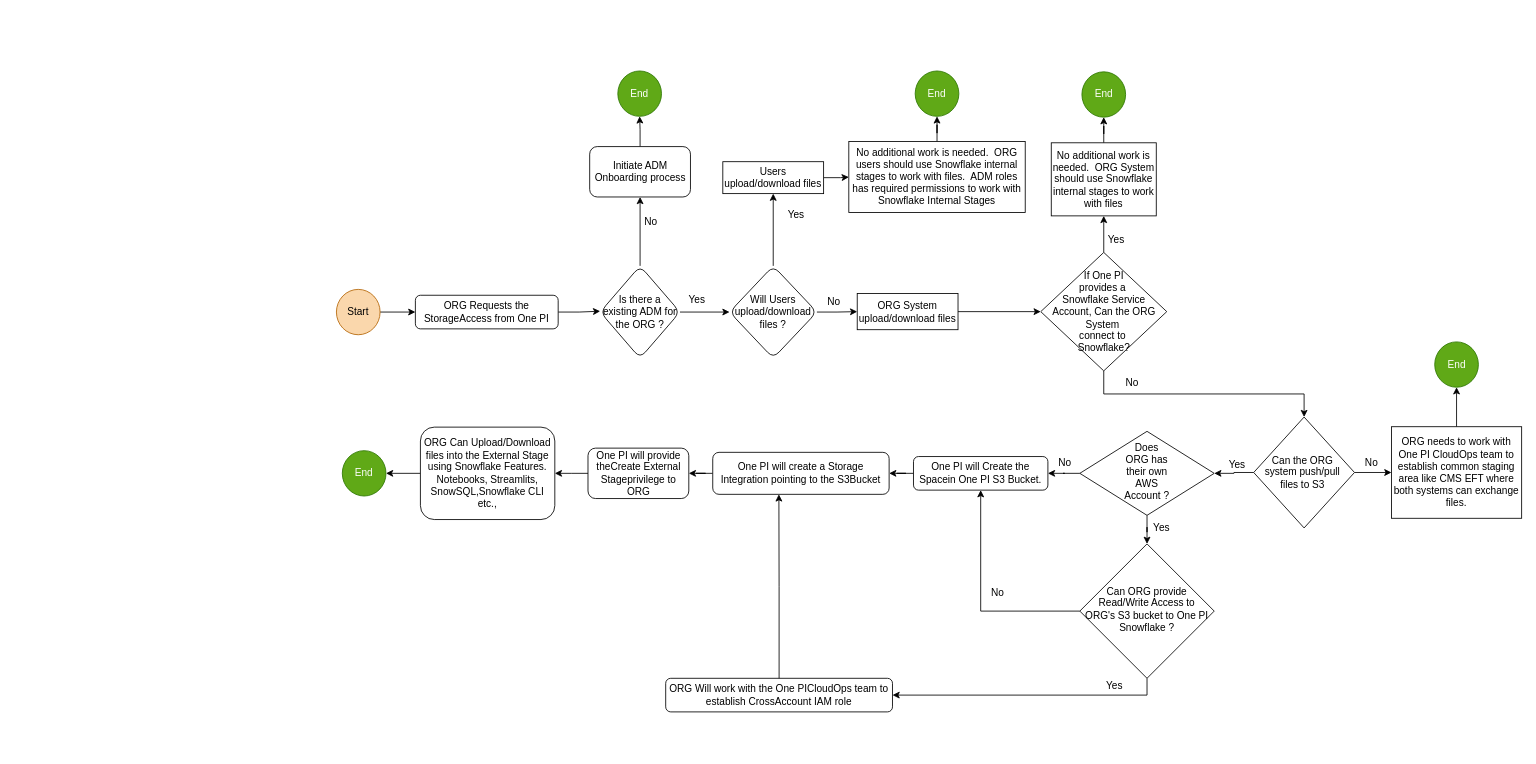
Above: Untitled Diagram.drawio in mail2tvskc/abc (draw.io), before the change. Source tidied: cells renumbered, new cells numbered last; positions are measured from the earlier drawing's top-left corner, leaving out a move shared by most shapes. Both pictures are drawn from the tidied source at 84%, with x=0, y=0 at pixel (336, 71).
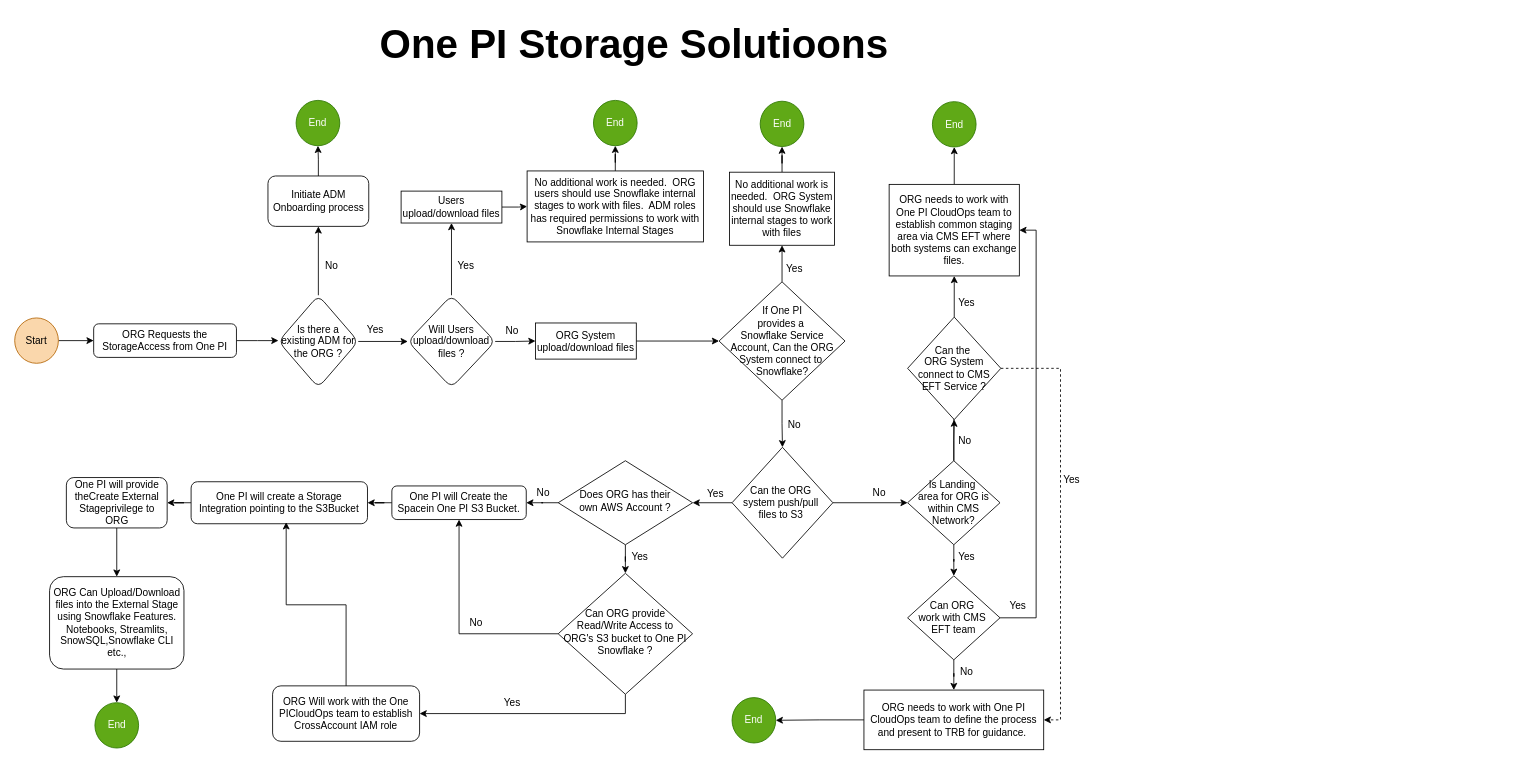
Above is the later version.

Diff of the diagram source:
```diff
@@
     <mxCell id="2" style="edgeStyle=orthogonalEdgeStyle;rounded=0;jettySize=auto;html=1;" parent="1" edge="1" source="3">
       <mxGeometry relative="1" as="geometry">
-        <mxPoint x="314" y="286" as="targetPoint" />
+        <mxPoint x="-69" y="321" as="targetPoint" />
       </mxGeometry>
     </mxCell>
     <mxCell id="3" value="ORG Requests the StorageAccess from One PI" style="rounded=1;whiteSpace=wrap;html=1;fontSize=12;glass=0;strokeWidth=1;shadow=0;" parent="1" vertex="1">
-      <mxGeometry x="94" y="267" width="170" height="40" as="geometry" />
+      <mxGeometry x="-289" y="301" width="170" height="40" as="geometry" />
     </mxCell>
@@
-    <mxCell id="6" value="&lt;div&gt;Does&lt;/div&gt;&lt;div&gt;ORG has&lt;/div&gt;&lt;div&gt;their own&lt;/div&gt;&lt;div&gt;AWS&lt;/div&gt;&lt;div&gt;Account ?&lt;/div&gt;" style="rhombus;whiteSpace=wrap;html=1;shadow=0;fontFamily=Helvetica;fontSize=12;align=center;strokeWidth=1;spacing=6;spacingTop=-4;" parent="1" vertex="1">
-      <mxGeometry x="885" y="429" width="160" height="100" as="geometry" />
+    <mxCell id="6" value="&lt;div&gt;Does&amp;nbsp;&lt;span style=&quot;background-color: transparent; color: light-dark(rgb(0, 0, 0), rgb(255, 255, 255));&quot;&gt;ORG has&amp;nbsp;&lt;/span&gt;&lt;span style=&quot;background-color: transparent; color: light-dark(rgb(0, 0, 0), rgb(255, 255, 255));&quot;&gt;their own&amp;nbsp;&lt;/span&gt;&lt;span style=&quot;background-color: transparent; color: light-dark(rgb(0, 0, 0), rgb(255, 255, 255));&quot;&gt;AWS&amp;nbsp;&lt;/span&gt;&lt;span style=&quot;background-color: transparent; color: light-dark(rgb(0, 0, 0), rgb(255, 255, 255));&quot;&gt;Account ?&lt;/span&gt;&lt;/div&gt;" style="rhombus;whiteSpace=wrap;html=1;shadow=0;fontFamily=Helvetica;fontSize=12;align=center;strokeWidth=1;spacing=6;spacingTop=-4;" parent="1" vertex="1">
+      <mxGeometry x="264" y="464" width="160" height="100" as="geometry" />
     </mxCell>
@@
     <mxCell id="8" value="One PI will Create the Spacein One PI S3 Bucket." style="rounded=1;whiteSpace=wrap;html=1;fontSize=12;glass=0;strokeWidth=1;shadow=0;" parent="1" vertex="1">
-      <mxGeometry x="687" y="459" width="160" height="40" as="geometry" />
+      <mxGeometry x="66" y="494" width="160" height="40" as="geometry" />
     </mxCell>
@@
     <mxCell id="10" style="edgeStyle=orthogonalEdgeStyle;rounded=0;jettySize=auto;html=1;entryX=1;entryY=0.5;entryDx=0;entryDy=0;" parent="1" edge="1" source="11" target="12">
       <mxGeometry relative="1" as="geometry">
         <Array as="points">
-          <mxPoint x="965" y="743" />
+          <mxPoint x="344" y="765" />
         </Array>
       </mxGeometry>
     </mxCell>
     <mxCell id="11" value="Can ORG provide Read/Write Access to ORG's S3 bucket to One PI Snowflake ?" style="rhombus;whiteSpace=wrap;html=1;shadow=0;fontFamily=Helvetica;fontSize=12;align=center;strokeWidth=1;spacing=6;spacingTop=-4;" parent="1" vertex="1">
-      <mxGeometry x="885" y="563" width="160" height="160" as="geometry" />
+      <mxGeometry x="264" y="598" width="160" height="144" as="geometry" />
     </mxCell>
     <mxCell id="12" value="ORG Will work with the One PICloudOps team to establish CrossAccount IAM role" style="rounded=1;whiteSpace=wrap;html=1;fontSize=12;glass=0;strokeWidth=1;shadow=0;" parent="1" vertex="1">
-      <mxGeometry x="392" y="723" width="270" height="40" as="geometry" />
+      <mxGeometry x="-76" y="732" width="175" height="66" as="geometry" />
     </mxCell>
@@
     <mxCell id="14" value="One PI will create a Storage Integration pointing to the S3Bucket" style="whiteSpace=wrap;html=1;rounded=1;glass=0;strokeWidth=1;shadow=0;" parent="1" vertex="1">
-      <mxGeometry x="448" y="454" width="210" height="50" as="geometry" />
+      <mxGeometry x="-173" y="489" width="210" height="50" as="geometry" />
     </mxCell>
@@
     <mxCell id="16" value="One PI will provide theCreate External Stageprivilege to ORG" style="whiteSpace=wrap;html=1;rounded=1;glass=0;strokeWidth=1;shadow=0;" parent="1" vertex="1">
-      <mxGeometry x="299.5" y="449" width="120" height="60" as="geometry" />
+      <mxGeometry x="-321.5" y="484" width="120" height="60" as="geometry" />
     </mxCell>
@@
     <mxCell id="18" value="ORG Can Upload/Download files into the External Stage using Snowflake Features. Notebooks, Streamlits, SnowSQL,Snowflake CLI etc.," style="whiteSpace=wrap;html=1;rounded=1;glass=0;strokeWidth=1;shadow=0;" parent="1" vertex="1">
-      <mxGeometry x="100" y="424" width="160" height="110" as="geometry" />
+      <mxGeometry x="-341.5" y="602" width="160" height="110" as="geometry" />
     </mxCell>
-    <mxCell id="19" style="edgeStyle=orthogonalEdgeStyle;rounded=0;jettySize=auto;html=1;entryX=0.375;entryY=1;entryDx=0;entryDy=0;entryPerimeter=0;" parent="1" edge="1" source="12" target="14">
+    <mxCell id="19" style="edgeStyle=orthogonalEdgeStyle;rounded=0;jettySize=auto;html=1;entryX=0.539;entryY=0.964;entryDx=0;entryDy=0;entryPerimeter=0;" parent="1" edge="1" source="12" target="14">
       <mxGeometry relative="1" as="geometry" />
     </mxCell>
@@
     <mxCell id="21" value="Users upload/download files" style="whiteSpace=wrap;html=1;" parent="1" vertex="1">
-      <mxGeometry x="460" y="108" width="120" height="38" as="geometry" />
+      <mxGeometry x="77" y="143" width="120" height="38" as="geometry" />
     </mxCell>
@@
-    <mxCell id="24" value="&amp;nbsp;If One PI&amp;nbsp;&lt;div&gt;provides a&amp;nbsp;&lt;/div&gt;&lt;div&gt;Snowflake Service Account, Can the ORG System&amp;nbsp;&lt;/div&gt;&lt;div&gt;connect to&amp;nbsp;&lt;/div&gt;&lt;div&gt;Snowflake?&lt;/div&gt;" style="rhombus;whiteSpace=wrap;html=1;" parent="1" vertex="1">
-      <mxGeometry x="838.5" y="216" width="150" height="141" as="geometry" />
+    <mxCell id="24" value="&amp;nbsp;If One PI&amp;nbsp;&lt;div&gt;provides a&amp;nbsp;&lt;/div&gt;&lt;div&gt;Snowflake Service Account, Can the ORG System&amp;nbsp;&lt;span style=&quot;background-color: transparent; color: light-dark(rgb(0, 0, 0), rgb(255, 255, 255));&quot;&gt;connect to&amp;nbsp;&lt;/span&gt;&lt;/div&gt;&lt;div&gt;Snowflake?&lt;/div&gt;" style="rhombus;whiteSpace=wrap;html=1;" parent="1" vertex="1">
+      <mxGeometry x="455.5" y="251" width="150" height="141" as="geometry" />
     </mxCell>
@@
     <mxCell id="26" value="No additional work is needed.&amp;nbsp; ORG System should use Snowflake internal stages to work with files" style="whiteSpace=wrap;html=1;" parent="1" vertex="1">
-      <mxGeometry x="851" y="85.5" width="125" height="87" as="geometry" />
+      <mxGeometry x="468" y="120.5" width="125" height="87" as="geometry" />
     </mxCell>
     <mxCell id="27" value="Yes" style="text;html=1;align=center;verticalAlign=middle;strokeColor=none;fillColor=none;" parent="1" vertex="1">
-      <mxGeometry x="908" y="186" width="40" height="30" as="geometry" />
+      <mxGeometry x="525" y="221" width="40" height="30" as="geometry" />
     </mxCell>
     <mxCell id="28" value="No" style="text;html=1;align=center;verticalAlign=middle;strokeColor=none;fillColor=none;" parent="1" vertex="1">
-      <mxGeometry x="927" y="357" width="40" height="30" as="geometry" />
+      <mxGeometry x="525" y="407" width="40" height="30" as="geometry" />
     </mxCell>
@@
-    <mxCell id="30" style="edgeStyle=orthogonalEdgeStyle;rounded=0;jettySize=auto;html=1;" parent="1" edge="1" source="31" target="48">
-      <mxGeometry relative="1" as="geometry" />
-    </mxCell>
+    <mxCell id="63" style="edgeStyle=orthogonalEdgeStyle;rounded=0;jettySize=auto;html=1;" parent="1" edge="1" source="31" target="67">
+      <mxGeometry relative="1" as="geometry" />
+    </mxCell>
     <mxCell id="31" value="Can the ORG&amp;nbsp;&lt;div&gt;system push/pull&amp;nbsp;&lt;/div&gt;&lt;div&gt;files to S3&amp;nbsp;&lt;/div&gt;" style="rhombus;whiteSpace=wrap;html=1;" parent="1" vertex="1">
-      <mxGeometry x="1092" y="412" width="120" height="132" as="geometry" />
+      <mxGeometry x="471" y="448" width="120" height="132" as="geometry" />
     </mxCell>
@@
     <mxCell id="34" value="Is there a existing ADM for the ORG ?" style="rhombus;whiteSpace=wrap;html=1;rounded=1;glass=0;strokeWidth=1;shadow=0;" parent="1" vertex="1">
-      <mxGeometry x="314" y="232" width="95" height="110" as="geometry" />
+      <mxGeometry x="-69" y="267" width="95" height="110" as="geometry" />
     </mxCell>
@@
     <mxCell id="36" value="Initiate ADM Onboarding process" style="whiteSpace=wrap;html=1;rounded=1;glass=0;strokeWidth=1;shadow=0;" parent="1" vertex="1">
-      <mxGeometry x="301.5" y="90" width="120" height="60" as="geometry" />
+      <mxGeometry x="-81.5" y="125" width="120" height="60" as="geometry" />
     </mxCell>
     <mxCell id="37" value="No" style="text;html=1;align=center;verticalAlign=middle;strokeColor=none;fillColor=none;" parent="1" vertex="1">
-      <mxGeometry x="354" y="165" width="40" height="30" as="geometry" />
+      <mxGeometry x="-26" y="217" width="40" height="30" as="geometry" />
     </mxCell>
     <mxCell id="38" value="No" style="text;html=1;align=center;verticalAlign=middle;strokeColor=none;fillColor=none;" parent="1" vertex="1">
-      <mxGeometry x="1212" y="452" width="40" height="30" as="geometry" />
+      <mxGeometry x="626" y="487" width="40" height="30" as="geometry" />
     </mxCell>
     <mxCell id="39" value="Yes" style="text;html=1;align=center;verticalAlign=middle;strokeColor=none;fillColor=none;" parent="1" vertex="1">
-      <mxGeometry x="1052" y="454" width="40" height="30" as="geometry" />
+      <mxGeometry x="431" y="489" width="40" height="30" as="geometry" />
     </mxCell>
@@
     <mxCell id="41" value="No additional work is needed.&amp;nbsp; ORG users should use Snowflake internal stages to work with files.&amp;nbsp; ADM roles has required permissions to work with Snowflake Internal Stages" style="whiteSpace=wrap;html=1;" parent="1" vertex="1">
-      <mxGeometry x="610" y="84" width="210" height="84.5" as="geometry" />
+      <mxGeometry x="227" y="119" width="210" height="84.5" as="geometry" />
     </mxCell>
@@
     <mxCell id="43" value="Start" style="ellipse;whiteSpace=wrap;html=1;fillColor=#fad7ac;strokeColor=#b46504;" parent="1" vertex="1">
-      <mxGeometry y="260" width="52" height="54" as="geometry" />
+      <mxGeometry x="-383" y="294" width="52" height="54" as="geometry" />
     </mxCell>
     <mxCell id="44" value="End" style="ellipse;whiteSpace=wrap;html=1;fillColor=#60a917;fontColor=#ffffff;strokeColor=#2D7600;" parent="1" vertex="1">
-      <mxGeometry x="335" width="52" height="54" as="geometry" />
+      <mxGeometry x="-48" y="35" width="52" height="54" as="geometry" />
     </mxCell>
     <mxCell id="45" value="End" style="ellipse;whiteSpace=wrap;html=1;fillColor=#60a917;fontColor=#ffffff;strokeColor=#2D7600;" parent="1" vertex="1">
-      <mxGeometry x="689" width="52" height="54" as="geometry" />
+      <mxGeometry x="306" y="35" width="52" height="54" as="geometry" />
     </mxCell>
     <mxCell id="46" value="End" style="ellipse;whiteSpace=wrap;html=1;fillColor=#60a917;fontColor=#ffffff;strokeColor=#2D7600;" parent="1" vertex="1">
-      <mxGeometry x="887.5" y="1" width="52" height="54" as="geometry" />
+      <mxGeometry x="504.5" y="36" width="52" height="54" as="geometry" />
     </mxCell>
@@
-    <mxCell id="48" value="ORG needs to work with One PI CloudOps team to establish common staging area like CMS EFT where both systems can exchange files." style="rounded=0;whiteSpace=wrap;html=1;" parent="1" vertex="1">
-      <mxGeometry x="1256" y="423.5" width="155" height="109" as="geometry" />
+    <mxCell id="48" value="ORG needs to work with One PI CloudOps team to establish common staging area via CMS EFT where both systems can exchange files." style="rounded=0;whiteSpace=wrap;html=1;" parent="1" vertex="1">
+      <mxGeometry x="658" y="135" width="155" height="109" as="geometry" />
     </mxCell>
     <mxCell id="49" value="End" style="ellipse;whiteSpace=wrap;html=1;fillColor=#60a917;fontColor=#ffffff;strokeColor=#2D7600;" parent="1" vertex="1">
-      <mxGeometry x="1307.5" y="322.5" width="52" height="54" as="geometry" />
+      <mxGeometry x="709.5" y="36.5" width="52" height="54" as="geometry" />
     </mxCell>
     <mxCell id="50" value="End" style="ellipse;whiteSpace=wrap;html=1;fillColor=#60a917;fontColor=#ffffff;strokeColor=#2D7600;" parent="1" vertex="1">
-      <mxGeometry x="7" y="452" width="52" height="54" as="geometry" />
+      <mxGeometry x="-287.5" y="752" width="52" height="54" as="geometry" />
     </mxCell>
@@
     <mxCell id="53" value="Will Users upload/download files ?" style="rhombus;whiteSpace=wrap;html=1;rounded=1;glass=0;strokeWidth=1;shadow=0;" parent="1" vertex="1">
-      <mxGeometry x="468" y="232" width="104" height="110" as="geometry" />
+      <mxGeometry x="85" y="267" width="104" height="110" as="geometry" />
     </mxCell>
     <mxCell id="54" value="Yes" style="text;html=1;align=center;verticalAlign=middle;strokeColor=none;fillColor=none;" parent="1" vertex="1">
-      <mxGeometry x="527" y="156" width="40" height="30" as="geometry" />
+      <mxGeometry x="134" y="217" width="40" height="30" as="geometry" />
     </mxCell>
@@
     <mxCell id="56" value="ORG System upload/download files" style="whiteSpace=wrap;html=1;" parent="1" vertex="1">
-      <mxGeometry x="620" y="265" width="120" height="43" as="geometry" />
+      <mxGeometry x="237" y="300" width="120" height="43" as="geometry" />
     </mxCell>
     <mxCell id="57" value="No" style="text;html=1;align=center;verticalAlign=middle;strokeColor=none;fillColor=none;" parent="1" vertex="1">
-      <mxGeometry x="572" y="260" width="40" height="30" as="geometry" />
+      <mxGeometry x="189" y="295" width="40" height="30" as="geometry" />
     </mxCell>
     <mxCell id="58" value="Yes" style="text;html=1;align=center;verticalAlign=middle;strokeColor=none;fillColor=none;" parent="1" vertex="1">
-      <mxGeometry x="409" y="258" width="40" height="30" as="geometry" />
+      <mxGeometry x="26" y="293" width="40" height="30" as="geometry" />
     </mxCell>
     <mxCell id="59" value="No" style="text;html=1;align=center;verticalAlign=middle;strokeColor=none;fillColor=none;" parent="1" vertex="1">
-      <mxGeometry x="767" y="607" width="40" height="30" as="geometry" />
+      <mxGeometry x="146" y="642" width="40" height="30" as="geometry" />
     </mxCell>
     <mxCell id="60" value="Yes" style="text;html=1;align=center;verticalAlign=middle;strokeColor=none;fillColor=none;" parent="1" vertex="1">
-      <mxGeometry x="905.5" y="717" width="40" height="30" as="geometry" />
+      <mxGeometry x="189" y="737" width="40" height="30" as="geometry" />
     </mxCell>
     <mxCell id="61" value="Yes" style="text;html=1;align=center;verticalAlign=middle;strokeColor=none;fillColor=none;" parent="1" vertex="1">
-      <mxGeometry x="962" y="529" width="40" height="30" as="geometry" />
+      <mxGeometry x="341" y="564" width="40" height="30" as="geometry" />
     </mxCell>
     <mxCell id="62" value="No" style="text;html=1;align=center;verticalAlign=middle;strokeColor=none;fillColor=none;" parent="1" vertex="1">
-      <mxGeometry x="847" y="452" width="40" height="30" as="geometry" />
+      <mxGeometry x="226" y="487" width="40" height="30" as="geometry" />
     </mxCell>
+    <mxCell id="64" style="edgeStyle=orthogonalEdgeStyle;rounded=0;jettySize=auto;html=1;" parent="1" edge="1" source="67">
+      <mxGeometry relative="1" as="geometry">
+        <mxPoint x="735" y="364" as="targetPoint" />
+      </mxGeometry>
+    </mxCell>
+    <mxCell id="65" style="edgeStyle=orthogonalEdgeStyle;rounded=0;jettySize=auto;html=1;" parent="1" edge="1" source="67" target="69">
+      <mxGeometry relative="1" as="geometry" />
+    </mxCell>
+    <mxCell id="66" style="edgeStyle=orthogonalEdgeStyle;rounded=0;jettySize=auto;html=1;" parent="1" edge="1" source="67" target="74">
+      <mxGeometry relative="1" as="geometry" />
+    </mxCell>
+    <mxCell id="67" value="Is Landing&amp;nbsp;&lt;div&gt;area for ORG is within CMS Network&lt;span style=&quot;background-color: transparent; color: light-dark(rgb(0, 0, 0), rgb(255, 255, 255));&quot;&gt;?&lt;/span&gt;&lt;/div&gt;" style="rhombus;whiteSpace=wrap;html=1;" parent="1" vertex="1">
+      <mxGeometry x="680" y="464" width="110" height="100" as="geometry" />
+    </mxCell>
+    <mxCell id="68" style="edgeStyle=orthogonalEdgeStyle;rounded=0;jettySize=auto;html=1;" parent="1" edge="1" source="69" target="48">
+      <mxGeometry relative="1" as="geometry" />
+    </mxCell>
+    <mxCell id="69" value="Can the&amp;nbsp;&lt;div&gt;ORG System connect to CMS EFT&amp;nbsp;&lt;span style=&quot;background-color: transparent; color: light-dark(rgb(0, 0, 0), rgb(255, 255, 255));&quot;&gt;Service ?&lt;/span&gt;&lt;/div&gt;" style="rhombus;whiteSpace=wrap;html=1;" parent="1" vertex="1">
+      <mxGeometry x="680" y="293" width="111" height="122" as="geometry" />
+    </mxCell>
+    <mxCell id="70" value="No" style="text;html=1;align=center;verticalAlign=middle;strokeColor=none;fillColor=none;" parent="1" vertex="1">
+      <mxGeometry x="728" y="425" width="40" height="30" as="geometry" />
+    </mxCell>
+    <mxCell id="71" value="Yes" style="text;html=1;align=center;verticalAlign=middle;strokeColor=none;fillColor=none;" parent="1" vertex="1">
+      <mxGeometry x="730" y="261" width="40" height="30" as="geometry" />
+    </mxCell>
+    <mxCell id="72" style="edgeStyle=orthogonalEdgeStyle;rounded=0;jettySize=auto;html=1;entryX=1;entryY=0.5;entryDx=0;entryDy=0;exitX=1;exitY=0.5;exitDx=0;exitDy=0;" parent="1" edge="1" source="74" target="48">
+      <mxGeometry relative="1" as="geometry">
+        <Array as="points">
+          <mxPoint x="833" y="651" />
+          <mxPoint x="833" y="190" />
+        </Array>
+      </mxGeometry>
+    </mxCell>
+    <mxCell id="73" style="edgeStyle=orthogonalEdgeStyle;rounded=0;jettySize=auto;html=1;" parent="1" edge="1" source="74" target="78">
+      <mxGeometry relative="1" as="geometry" />
+    </mxCell>
+    <mxCell id="74" value="Can ORG&amp;nbsp;&lt;div&gt;work with CMS&amp;nbsp;&lt;/div&gt;&lt;div&gt;EFT team&lt;/div&gt;" style="rhombus;whiteSpace=wrap;html=1;" parent="1" vertex="1">
+      <mxGeometry x="680" y="601" width="110" height="100" as="geometry" />
+    </mxCell>
+    <mxCell id="75" value="Yes" style="text;html=1;align=center;verticalAlign=middle;strokeColor=none;fillColor=none;" parent="1" vertex="1">
+      <mxGeometry x="730" y="564" width="40" height="30" as="geometry" />
+    </mxCell>
+    <mxCell id="76" value="Yes" style="text;html=1;align=center;verticalAlign=middle;strokeColor=none;fillColor=none;" parent="1" vertex="1">
+      <mxGeometry x="791" y="622" width="40" height="30" as="geometry" />
+    </mxCell>
+    <mxCell id="77" style="edgeStyle=orthogonalEdgeStyle;rounded=0;jettySize=auto;html=1;exitX=0;exitY=0.5;exitDx=0;exitDy=0;" parent="1" edge="1" source="78" target="80">
+      <mxGeometry relative="1" as="geometry" />
+    </mxCell>
+    <mxCell id="78" value="ORG needs to work with One PI CloudOps team to define the process and present to TRB for guidance.&amp;nbsp;" style="whiteSpace=wrap;html=1;" parent="1" vertex="1">
+      <mxGeometry x="628" y="737" width="214" height="71" as="geometry" />
+    </mxCell>
+    <mxCell id="79" value="No" style="text;html=1;align=center;verticalAlign=middle;strokeColor=none;fillColor=none;" parent="1" vertex="1">
+      <mxGeometry x="730" y="701" width="40" height="30" as="geometry" />
+    </mxCell>
+    <mxCell id="80" value="End" style="ellipse;whiteSpace=wrap;html=1;fillColor=#60a917;fontColor=#ffffff;strokeColor=#2D7600;" parent="1" vertex="1">
+      <mxGeometry x="471" y="746" width="52" height="54" as="geometry" />
+    </mxCell>
+    <mxCell id="81" style="edgeStyle=orthogonalEdgeStyle;rounded=0;jettySize=auto;html=1;entryX=1;entryY=0.5;entryDx=0;entryDy=0;dashed=1;" parent="1" edge="1" source="69" target="78">
+      <mxGeometry relative="1" as="geometry">
+        <Array as="points">
+          <mxPoint x="862" y="354" />
+          <mxPoint x="862" y="772" />
+        </Array>
+      </mxGeometry>
+    </mxCell>
+    <mxCell id="82" value="Yes" style="text;html=1;align=center;verticalAlign=middle;strokeColor=none;fillColor=none;" parent="1" vertex="1">
+      <mxGeometry x="855" y="472" width="40" height="30" as="geometry" />
+    </mxCell>
+    <mxCell id="83" value="One PI Storage Solutioons" style="text;html=1;align=center;verticalAlign=middle;strokeColor=none;fillColor=none;fontStyle=1;fontSize=48;" parent="1" vertex="1">
+      <mxGeometry x="59" y="-67" width="590" height="70" as="geometry" />
+    </mxCell>
```
